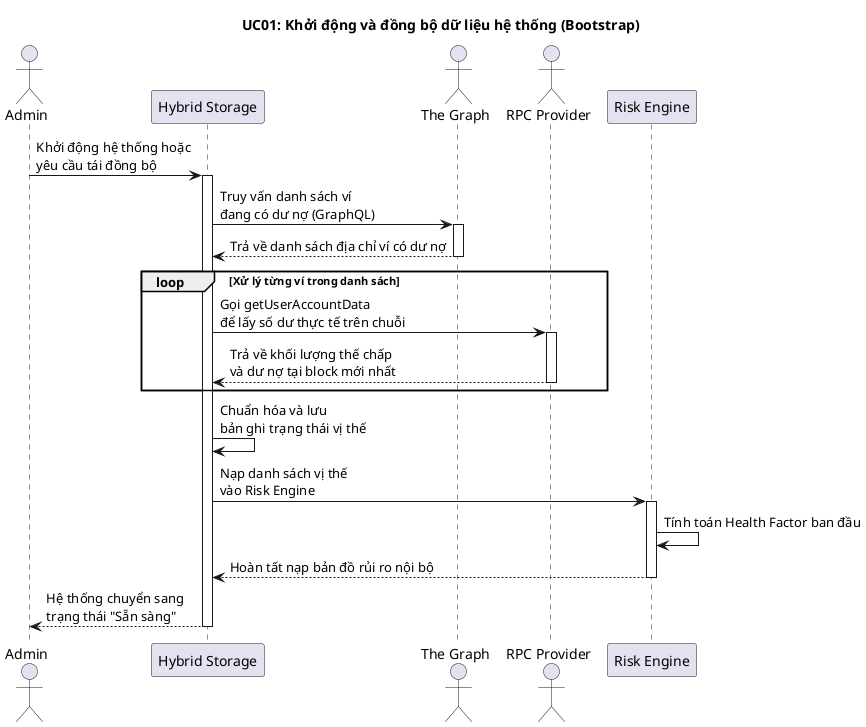
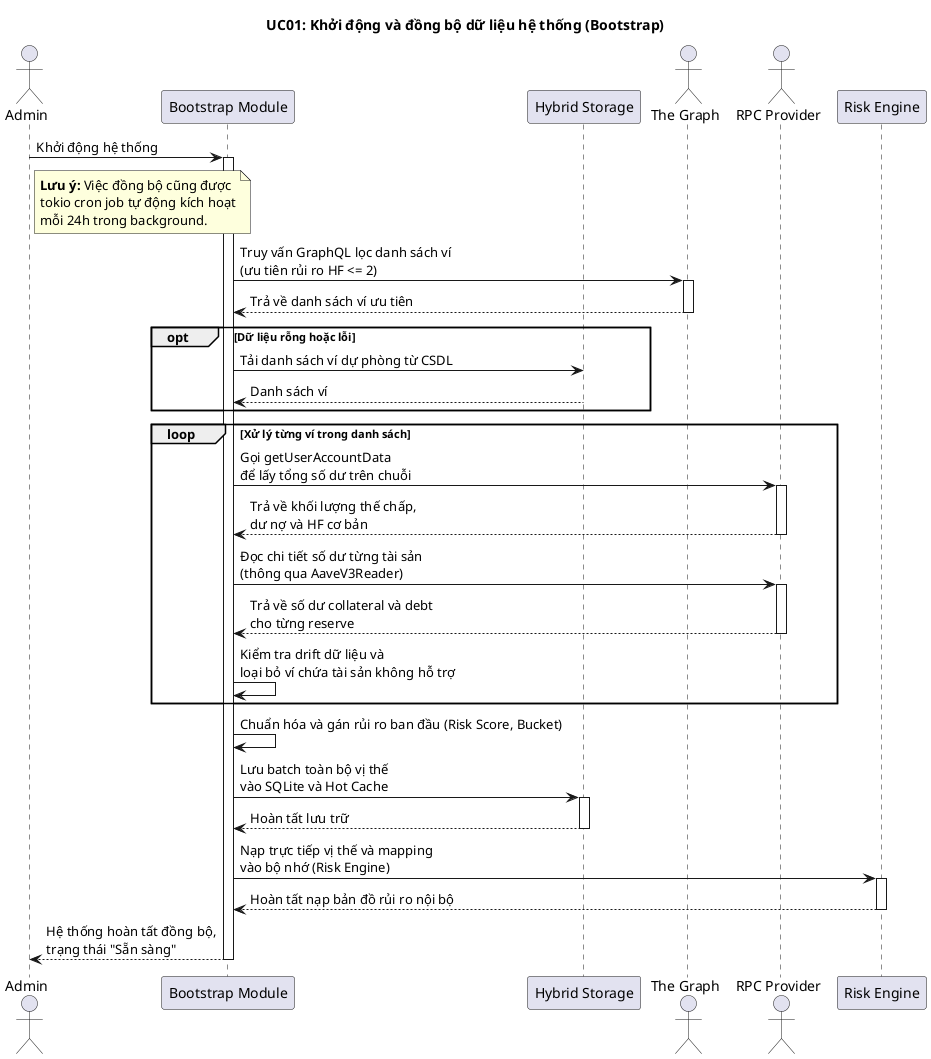
- ﻿@startuml
+ @startuml
title UC01: Khởi động và đồng bộ dữ liệu hệ thống (Bootstrap)

actor "Admin" as Admin
+ participant "Bootstrap Module" as Boot
participant "Hybrid Storage" as Storage
actor "The Graph" as Graph
actor "RPC Provider" as RPC
participant "Risk Engine" as RE

- Admin -> Storage: Khởi động hệ thống hoặc\nyêu cầu tái đồng bộ
- activate Storage
+ Admin -> Boot: Khởi động hệ thống
+ activate Boot

- Storage -> Graph: Truy vấn danh sách ví\nđang có dư nợ (GraphQL)
+ note right of Admin
+   **Lưu ý:** Việc đồng bộ cũng được
+   tokio cron job tự động kích hoạt
+   mỗi 24h trong background.
+ end note
+ 
+ Boot -> Graph: Truy vấn GraphQL lọc danh sách ví\n(ưu tiên rủi ro HF <= 2)
activate Graph
- Graph --> Storage: Trả về danh sách địa chỉ ví có dư nợ
+ Graph --> Boot: Trả về danh sách ví ưu tiên
deactivate Graph

- loop Xử lý từng ví trong danh sách
-     Storage -> RPC: Gọi getUserAccountData\nđể lấy số dư thực tế trên chuỗi
-     activate RPC
-     RPC --> Storage: Trả về khối lượng thế chấp\nvà dư nợ tại block mới nhất
-     deactivate RPC
+ opt Dữ liệu rỗng hoặc lỗi
+     Boot -> Storage: Tải danh sách ví dự phòng từ CSDL
+     Storage --> Boot: Danh sách ví
end

- Storage -> Storage: Chuẩn hóa và lưu\nbản ghi trạng thái vị thế
+ loop Xử lý từng ví trong danh sách
+     Boot -> RPC: Gọi getUserAccountData\nđể lấy tổng số dư trên chuỗi
+     activate RPC
+     RPC --> Boot: Trả về khối lượng thế chấp,\ndư nợ và HF cơ bản
+     deactivate RPC

- Storage -> RE: Nạp danh sách vị thế\nvào Risk Engine
+     Boot -> RPC: Đọc chi tiết số dư từng tài sản\n(thông qua AaveV3Reader)
+     activate RPC
+     RPC --> Boot: Trả về số dư collateral và debt\ncho từng reserve
+     deactivate RPC
+ 
+     Boot -> Boot: Kiểm tra drift dữ liệu và\nloại bỏ ví chứa tài sản không hỗ trợ
+ end
+ 
+ Boot -> Boot: Chuẩn hóa và gán rủi ro ban đầu (Risk Score, Bucket)
+ 
+ Boot -> Storage: Lưu batch toàn bộ vị thế\nvào SQLite và Hot Cache
+ activate Storage
+ Storage --> Boot: Hoàn tất lưu trữ
+ deactivate Storage
+ 
+ Boot -> RE: Nạp trực tiếp vị thế và mapping\nvào bộ nhớ (Risk Engine)
activate RE
- RE -> RE: Tính toán Health Factor ban đầu
- RE --> Storage: Hoàn tất nạp bản đồ rủi ro nội bộ
+ RE --> Boot: Hoàn tất nạp bản đồ rủi ro nội bộ
deactivate RE

- Storage --> Admin: Hệ thống chuyển sang\ntrạng thái "Sẵn sàng"
- deactivate Storage
+ Boot --> Admin: Hệ thống hoàn tất đồng bộ,\ntrạng thái "Sẵn sàng"
+ deactivate Boot

@enduml
